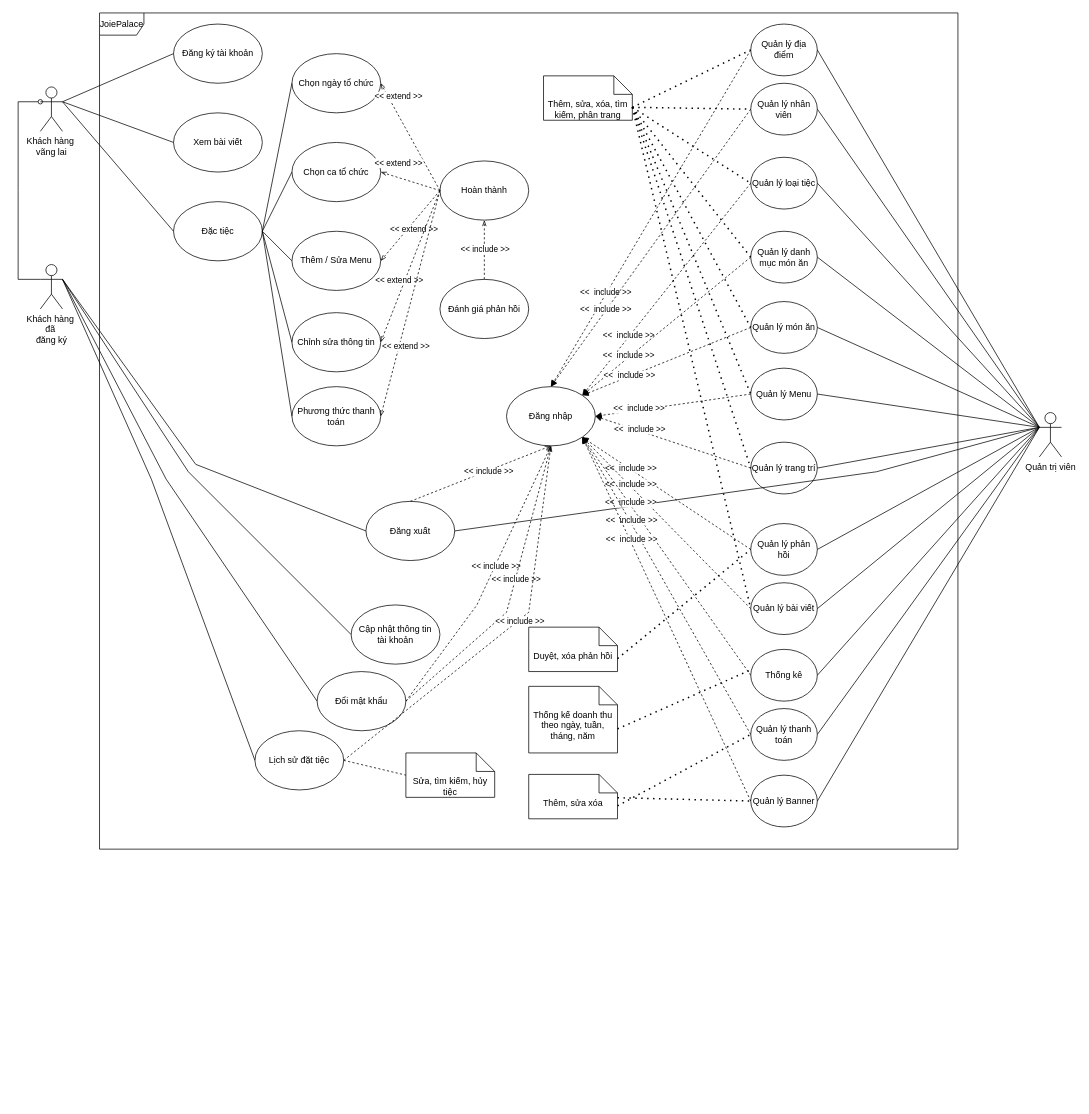
Before: page "UseCase" (4 of 6) of Joie Palace.drawio in HongSon04/ERD-Joie-Palace, a draw.io diagram. Source tidied: cells renumbered, new cells numbered last; positions are measured from the earlier drawing's top-left corner, leaving out a move shared by most shapes. Both pictures are drawn from the tidied source at 74%, with x=0, y=0 at pixel (18, 13).
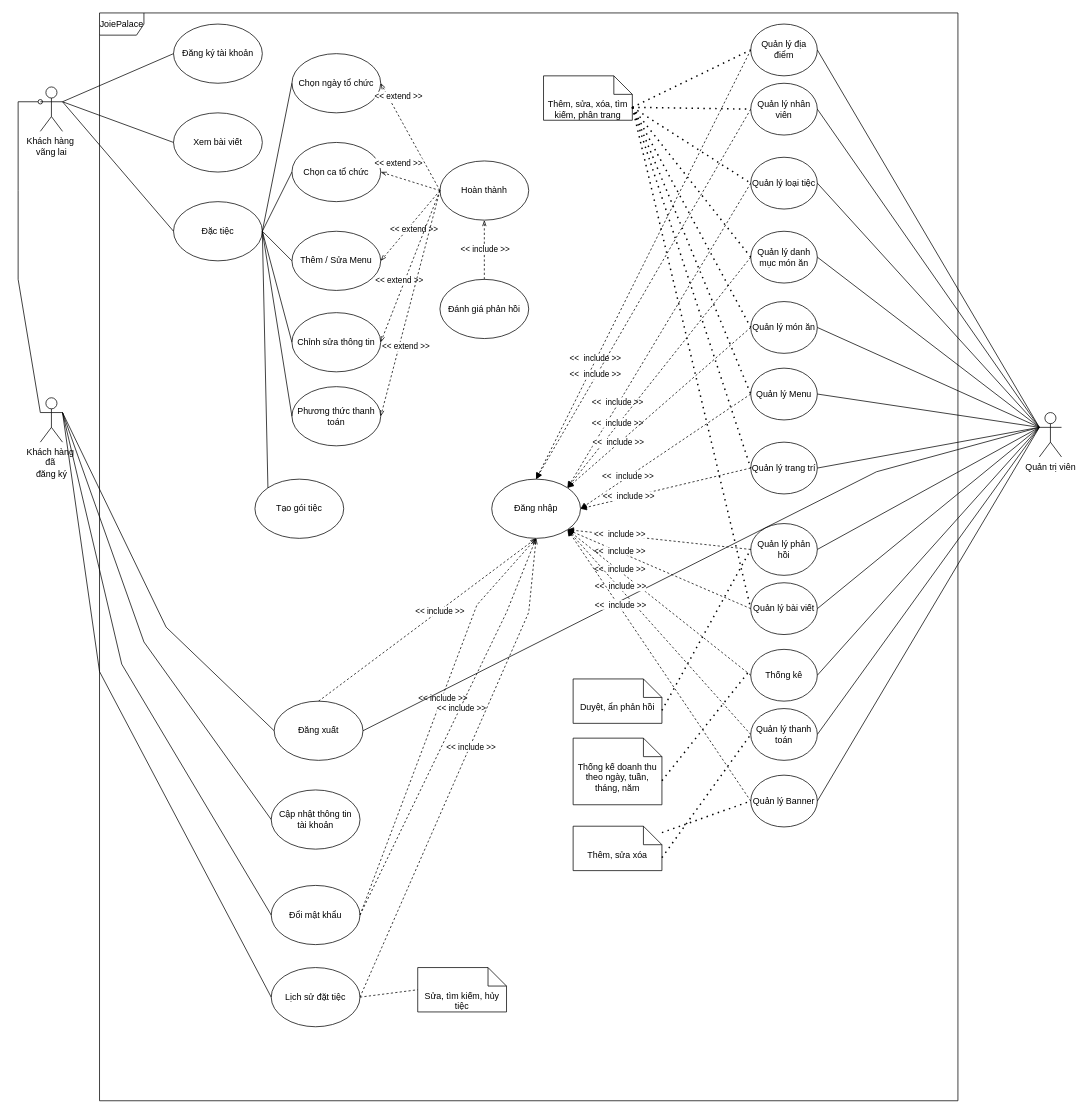
The same diagram, later.

Commit message:
Add combo creating use case

The change refers to these unchanged cells:
```xml
<mxCell id="7" value="Đặc tiệc" style="ellipse;whiteSpace=wrap;html=1;" parent="1" vertex="1">
  <mxGeometry x="210" y="255" width="120" height="80" as="geometry" />
</mxCell>
```

Diff of the diagram source:
```diff
@@
     <mxCell id="3" value="Khách hàng&amp;nbsp;&lt;div&gt;đã&amp;nbsp;&lt;div&gt;đăng ký&lt;/div&gt;&lt;/div&gt;" style="shape=umlActor;verticalLabelPosition=bottom;verticalAlign=top;html=1;outlineConnect=0;" parent="1" vertex="1">
-      <mxGeometry x="30" y="340" width="30" height="60" as="geometry" />
+      <mxGeometry x="30" y="520" width="30" height="60" as="geometry" />
     </mxCell>
@@
     <mxCell id="35" value="Đăng xuất" style="ellipse;whiteSpace=wrap;html=1;" parent="1" vertex="1">
-      <mxGeometry x="470" y="660" width="120" height="80" as="geometry" />
+      <mxGeometry x="346" y="930" width="120" height="80" as="geometry" />
     </mxCell>
     <mxCell id="36" value="Đăng nhập" style="ellipse;whiteSpace=wrap;html=1;" parent="1" vertex="1">
-      <mxGeometry x="660" y="505" width="120" height="80" as="geometry" />
+      <mxGeometry x="640" y="630" width="120" height="80" as="geometry" />
     </mxCell>
     <mxCell id="37" style="endArrow=none;html=1;rounded=0;exitX=1;exitY=0.3333333333333333;exitDx=0;exitDy=0;exitPerimeter=0;entryX=0;entryY=0.5;entryDx=0;entryDy=0;" parent="1" edge="1" source="3" target="35">
       <mxGeometry relative="1" as="geometry">
         <Array as="points">
-          <mxPoint x="240" y="610" />
+          <mxPoint x="200" y="830" />
         </Array>
       </mxGeometry>
     </mxCell>
     <mxCell id="38" value="Cập nhật thông tin&lt;div&gt;tài khoản&lt;/div&gt;" style="ellipse;whiteSpace=wrap;html=1;" parent="1" vertex="1">
-      <mxGeometry x="450" y="800" width="120" height="80" as="geometry" />
+      <mxGeometry x="342" y="1050" width="120" height="80" as="geometry" />
     </mxCell>
     <mxCell id="39" value="Đổi mật khẩu" style="ellipse;whiteSpace=wrap;html=1;" parent="1" vertex="1">
-      <mxGeometry x="404" y="890" width="120" height="80" as="geometry" />
+      <mxGeometry x="342" y="1179" width="120" height="80" as="geometry" />
     </mxCell>
     <mxCell id="40" value="Lịch sử đặt tiệc" style="ellipse;whiteSpace=wrap;html=1;" parent="1" vertex="1">
-      <mxGeometry x="320" y="970" width="120" height="80" as="geometry" />
+      <mxGeometry x="342" y="1290" width="120" height="80" as="geometry" />
     </mxCell>
     <mxCell id="41" value="Sửa, tìm kiếm, hủy tiệc" style="shape=note2;boundedLbl=1;whiteSpace=wrap;html=1;size=25;verticalAlign=top;align=center;" parent="1" vertex="1">
-      <mxGeometry x="524" y="1000" width="120" height="60" as="geometry" />
+      <mxGeometry x="540" y="1290" width="120" height="60" as="geometry" />
     </mxCell>
@@
     <mxCell id="43" style="endArrow=none;html=1;rounded=0;exitX=1;exitY=0.3333333333333333;exitDx=0;exitDy=0;exitPerimeter=0;entryX=0;entryY=0.5;entryDx=0;entryDy=0;" parent="1" edge="1" source="3" target="38">
       <mxGeometry relative="1" as="geometry">
         <Array as="points">
-          <mxPoint x="230" y="620" />
+          <mxPoint x="170" y="850" />
         </Array>
       </mxGeometry>
     </mxCell>
     <mxCell id="44" style="endArrow=none;html=1;rounded=0;exitX=1;exitY=0.3333333333333333;exitDx=0;exitDy=0;exitPerimeter=0;entryX=0;entryY=0.5;entryDx=0;entryDy=0;" parent="1" edge="1" source="3" target="39">
       <mxGeometry relative="1" as="geometry">
         <Array as="points">
-          <mxPoint x="200" y="630" />
+          <mxPoint x="140" y="880" />
         </Array>
       </mxGeometry>
     </mxCell>
-    <mxCell id="45" style="endArrow=none;html=1;rounded=0;entryX=0;entryY=0.5;entryDx=0;entryDy=0;" parent="1" edge="1" target="40">
+    <mxCell id="45" style="endArrow=none;html=1;rounded=0;entryX=0;entryY=0.5;entryDx=0;entryDy=0;exitX=1;exitY=0.3333333333333333;exitDx=0;exitDy=0;exitPerimeter=0;" parent="1" edge="1" source="3" target="40">
       <mxGeometry relative="1" as="geometry">
-        <mxPoint x="60" y="360" as="sourcePoint" />
         <Array as="points">
-          <mxPoint x="180" y="630" />
+          <mxPoint x="110" y="890" />
         </Array>
       </mxGeometry>
     </mxCell>
     <mxCell id="46" value="JoiePalace" style="shape=umlFrame;whiteSpace=wrap;html=1;" parent="1" vertex="1">
-      <mxGeometry x="110" width="1160" height="1130" as="geometry" />
+      <mxGeometry x="110" width="1160" height="1470" as="geometry" />
     </mxCell>
@@
-    <mxCell id="88" value="Duyệt, xóa phản hồi" style="shape=note2;boundedLbl=1;whiteSpace=wrap;html=1;size=25;verticalAlign=top;align=center;" parent="1" vertex="1">
-      <mxGeometry x="690" y="830" width="120" height="60" as="geometry" />
+    <mxCell id="88" value="Duyệt, ẩn phản hồi" style="shape=note2;boundedLbl=1;whiteSpace=wrap;html=1;size=25;verticalAlign=top;align=center;" parent="1" vertex="1">
+      <mxGeometry x="750" y="900" width="120" height="60" as="geometry" />
     </mxCell>
@@
     <mxCell id="91" value="Thống kế doanh thu theo ngày, tuần, tháng, năm" style="shape=note2;boundedLbl=1;whiteSpace=wrap;html=1;size=25;verticalAlign=top;align=center;" parent="1" vertex="1">
-      <mxGeometry x="690" y="910" width="120" height="90" as="geometry" />
+      <mxGeometry x="750" y="980" width="120" height="90" as="geometry" />
     </mxCell>
@@
     <mxCell id="93" value="Thêm, sửa xóa" style="shape=note2;boundedLbl=1;whiteSpace=wrap;html=1;size=25;verticalAlign=top;align=center;" parent="1" vertex="1">
-      <mxGeometry x="690" y="1029" width="120" height="60" as="geometry" />
+      <mxGeometry x="750" y="1099" width="120" height="60" as="geometry" />
     </mxCell>
@@
+    <mxCell id="121" value="Tạo gói tiệc" style="ellipse;whiteSpace=wrap;html=1;" parent="1" vertex="1">
+      <mxGeometry x="320" y="630" width="120" height="80" as="geometry" />
+    </mxCell>
+    <mxCell id="122" style="endArrow=none;html=1;rounded=0;entryX=0;entryY=0;entryDx=0;entryDy=0;exitX=1;exitY=0.5;exitDx=0;exitDy=0;" parent="1" edge="1" source="7" target="121">
+      <mxGeometry relative="1" as="geometry" />
+    </mxCell>
```
